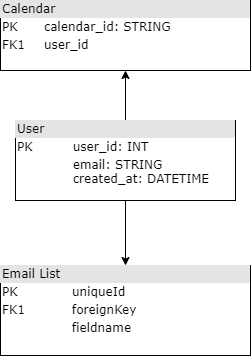
The draw.io diagram db_schema.png in sheensantoscapadngan/auto-calendar, before a commit. Source tidied: cells renumbered, new cells last; positions are measured from the earlier drawing's top-left corner, leaving out a move shared by most shapes.
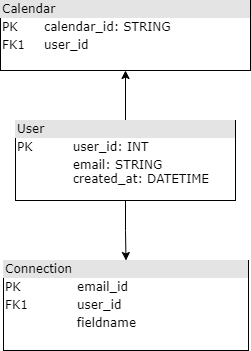
The same diagram one commit later.

What changed in the source:
```diff
@@ -14,8 +14,8 @@
     <mxCell id="5" value="&lt;div style=&quot;box-sizing: border-box ; width: 100% ; background: #e4e4e4 ; padding: 2px&quot;&gt;Calendar&lt;/div&gt;&lt;table style=&quot;width: 100% ; font-size: 1em&quot; cellpadding=&quot;2&quot; cellspacing=&quot;0&quot;&gt;&lt;tbody&gt;&lt;tr&gt;&lt;td&gt;PK&lt;/td&gt;&lt;td&gt;calendar_id: STRING&lt;/td&gt;&lt;/tr&gt;&lt;tr&gt;&lt;td&gt;FK1&lt;/td&gt;&lt;td&gt;user_id&lt;/td&gt;&lt;/tr&gt;&lt;tr&gt;&lt;td&gt;&lt;/td&gt;&lt;td&gt;&lt;/td&gt;&lt;/tr&gt;&lt;/tbody&gt;&lt;/table&gt;" style="verticalAlign=top;align=left;overflow=fill;html=1;rounded=0;shadow=0;comic=0;labelBackgroundColor=none;strokeWidth=1;fontFamily=Verdana;fontSize=12;" parent="1" vertex="1">
       <mxGeometry width="250" height="70" as="geometry" />
     </mxCell>
-    <mxCell id="6" value="&lt;div style=&quot;box-sizing: border-box ; width: 100% ; background: #e4e4e4 ; padding: 2px&quot;&gt;Email List&lt;/div&gt;&lt;table style=&quot;width: 100% ; font-size: 1em&quot; cellpadding=&quot;2&quot; cellspacing=&quot;0&quot;&gt;&lt;tbody&gt;&lt;tr&gt;&lt;td&gt;PK&lt;/td&gt;&lt;td&gt;uniqueId&lt;/td&gt;&lt;/tr&gt;&lt;tr&gt;&lt;td&gt;FK1&lt;/td&gt;&lt;td&gt;foreignKey&lt;/td&gt;&lt;/tr&gt;&lt;tr&gt;&lt;td&gt;&lt;/td&gt;&lt;td&gt;fieldname&lt;/td&gt;&lt;/tr&gt;&lt;/tbody&gt;&lt;/table&gt;" style="verticalAlign=top;align=left;overflow=fill;html=1;rounded=0;shadow=0;comic=0;labelBackgroundColor=none;strokeWidth=1;fontFamily=Verdana;fontSize=12;" parent="1" vertex="1">
-      <mxGeometry y="265" width="250" height="90" as="geometry" />
+    <mxCell id="6" value="&lt;div style=&quot;box-sizing: border-box ; width: 100% ; background: #e4e4e4 ; padding: 2px&quot;&gt;Connection&lt;/div&gt;&lt;table style=&quot;width: 100% ; font-size: 1em&quot; cellpadding=&quot;2&quot; cellspacing=&quot;0&quot;&gt;&lt;tbody&gt;&lt;tr&gt;&lt;td&gt;PK&lt;/td&gt;&lt;td&gt;email_id&lt;/td&gt;&lt;/tr&gt;&lt;tr&gt;&lt;td&gt;FK1&lt;/td&gt;&lt;td&gt;user_id&lt;/td&gt;&lt;/tr&gt;&lt;tr&gt;&lt;td&gt;&lt;/td&gt;&lt;td&gt;fieldname&lt;/td&gt;&lt;/tr&gt;&lt;/tbody&gt;&lt;/table&gt;" style="verticalAlign=top;align=left;overflow=fill;html=1;rounded=0;shadow=0;comic=0;labelBackgroundColor=none;strokeWidth=1;fontFamily=Verdana;fontSize=12;" parent="1" vertex="1">
+      <mxGeometry x="3" y="260" width="245" height="90" as="geometry" />
     </mxCell>
   </root>
 </mxGraphModel>
```
